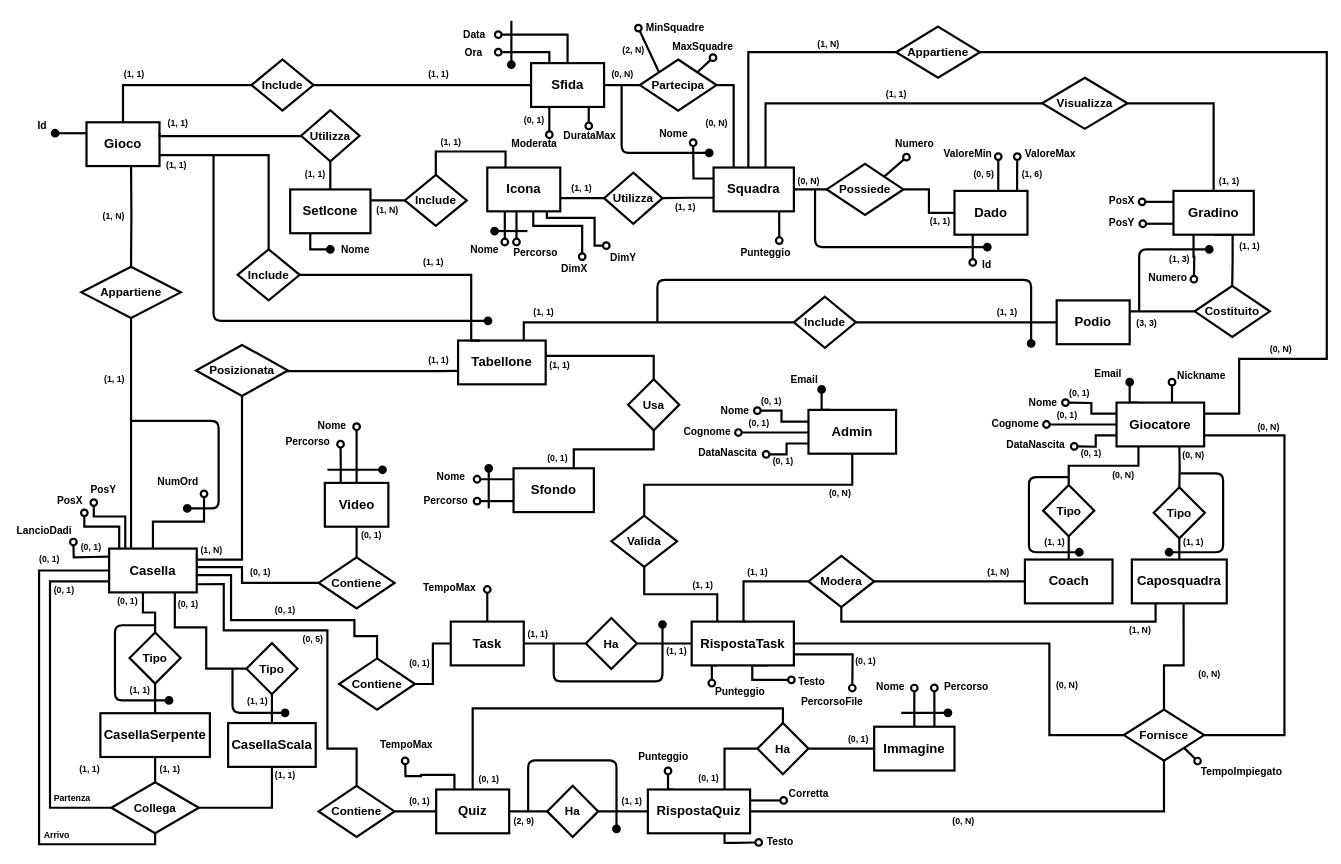
Before: Progetto logico/Schema ER ristrutturato.drawio in lorenzobilli/BD-project, a draw.io diagram. Source tidied: cells renumbered, new cells numbered last; positions are measured from the earlier drawing's top-left corner, leaving out a move shared by most shapes. Both pictures are drawn from the tidied source at 73%, with x=0, y=0 at pixel (12, 20).
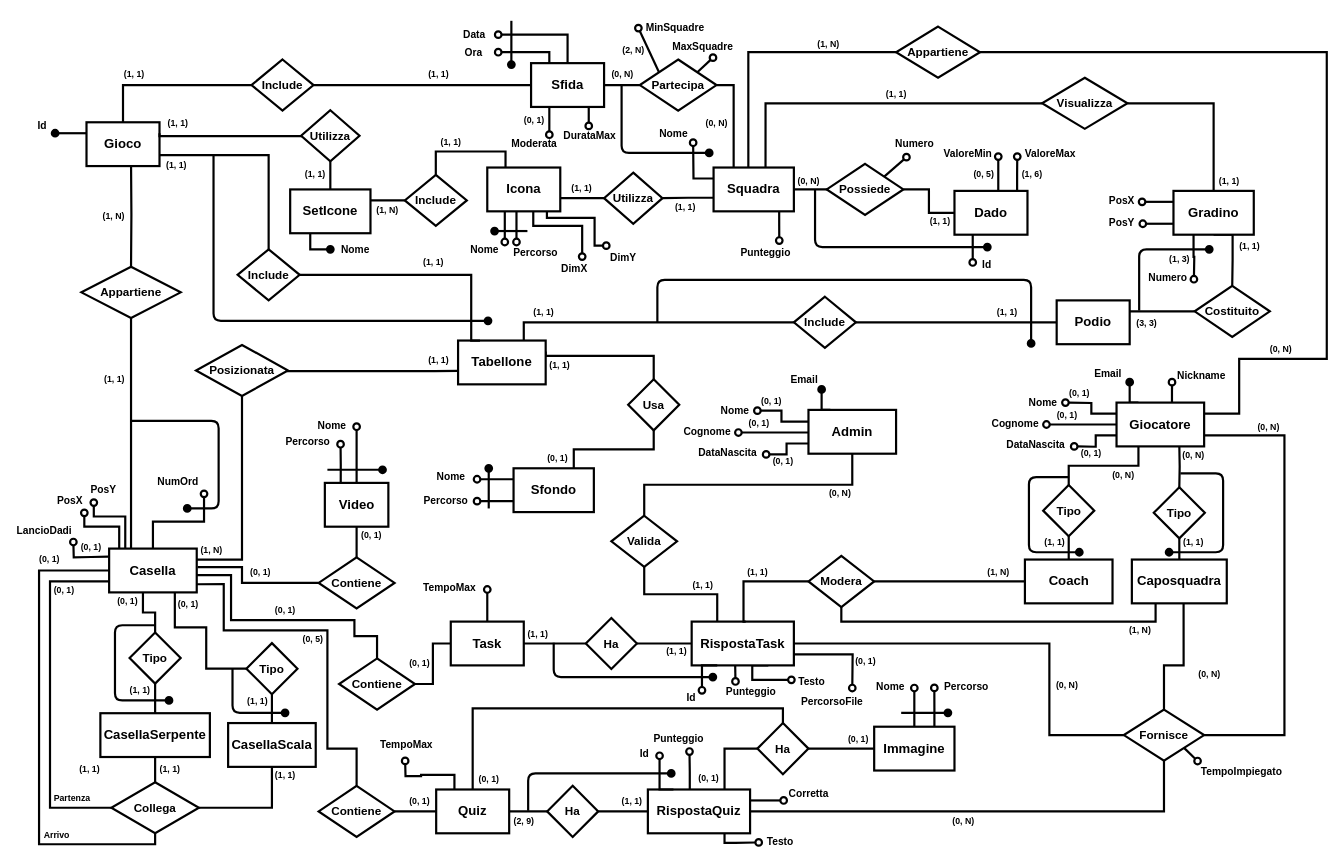
The same diagram, later.

Commit message (it also covers changes not shown here):
Added missing primary keys for "Quiz" and "Task" entities

Unchanged cells that the change refers to:
```xml
<mxCell id="53" value="RispostaQuiz" style="rounded=0;whiteSpace=wrap;html=1;strokeWidth=3;fontSize=18;shadow=0;fontStyle=1;" parent="1" vertex="1">
  <mxGeometry x="870" y="1054" width="140" height="60" as="geometry" />
</mxCell>
<mxCell id="105" value="RispostaTask" style="rounded=0;whiteSpace=wrap;html=1;strokeWidth=3;fontSize=18;shadow=0;fontStyle=1;" parent="1" vertex="1">
  <mxGeometry x="930" y="824" width="140" height="60" as="geometry" />
</mxCell>
```

Change to the diagram source:
```diff
@@
-    <mxCell id="50" style="edgeStyle=orthogonalEdgeStyle;rounded=0;jettySize=auto;html=1;exitX=0.25;exitY=0;exitDx=0;exitDy=0;fontSize=14;startArrow=none;startFill=0;endArrow=oval;endFill=0;startSize=9;endSize=9;strokeWidth=3;" parent="1" edge="1" source="53">
-      <mxGeometry relative="1" as="geometry">
-        <mxPoint x="897.6" y="1028.6" as="targetPoint" />
-      </mxGeometry>
-    </mxCell>
@@
-    <mxCell id="102" style="edgeStyle=orthogonalEdgeStyle;rounded=0;jettySize=auto;html=1;exitX=0.25;exitY=1;exitDx=0;exitDy=0;fontSize=14;startArrow=none;startFill=0;endArrow=oval;endFill=0;startSize=9;endSize=9;strokeWidth=3;" parent="1" edge="1" source="105">
-      <mxGeometry relative="1" as="geometry">
-        <mxPoint x="957.6" y="908.2" as="targetPoint" />
-      </mxGeometry>
-    </mxCell>
@@
-    <mxCell id="176" style="endArrow=oval;html=1;fontSize=14;startSize=9;endSize=9;strokeWidth=3;edgeStyle=orthogonalEdgeStyle;endFill=1;" parent="1" edge="1">
-      <mxGeometry relative="1" as="geometry">
-        <mxPoint x="741" y="853" as="sourcePoint" />
-        <mxPoint x="890" y="828" as="targetPoint" />
-        <Array as="points">
-          <mxPoint x="741" y="906" />
-          <mxPoint x="890" y="906" />
-        </Array>
-      </mxGeometry>
-    </mxCell>
-    <mxCell id="177" style="endArrow=oval;html=1;fontSize=14;startSize=9;endSize=9;strokeWidth=3;edgeStyle=orthogonalEdgeStyle;endFill=1;" parent="1" edge="1">
-      <mxGeometry relative="1" as="geometry">
-        <mxPoint x="706" y="1083" as="sourcePoint" />
-        <mxPoint x="827" y="1108" as="targetPoint" />
-        <Array as="points">
-          <mxPoint x="706" y="1014" />
-          <mxPoint x="827" y="1014" />
-          <mxPoint x="827" y="1108" />
-        </Array>
-      </mxGeometry>
-    </mxCell>
-    <mxCell id="178" value="&lt;b&gt;Punteggio&lt;/b&gt;" style="text;html=1;align=center;verticalAlign=middle;strokeColor=none;fillColor=none;fontSize=14;" parent="1" vertex="1">
-      <mxGeometry x="956" y="909" width="79" height="21" as="geometry" />
-    </mxCell>
-    <mxCell id="179" value="&lt;b&gt;Punteggio&lt;/b&gt;" style="text;html=1;align=center;verticalAlign=middle;strokeColor=none;fillColor=none;fontSize=14;" parent="1" vertex="1">
-      <mxGeometry x="851" y="998" width="79" height="21" as="geometry" />
-    </mxCell>
@@
+    <mxCell id="308" style="edgeStyle=orthogonalEdgeStyle;rounded=0;orthogonalLoop=1;jettySize=auto;html=1;exitX=0.426;exitY=1.008;exitDx=0;exitDy=0;fontSize=14;startArrow=none;startFill=0;endArrow=oval;endFill=0;startSize=9;endSize=9;strokeWidth=3;exitPerimeter=0;" parent="1" edge="1">
+      <mxGeometry relative="1" as="geometry">
+        <mxPoint x="989.6" y="884.5" as="sourcePoint" />
+        <mxPoint x="990" y="906" as="targetPoint" />
+      </mxGeometry>
+    </mxCell>
+    <mxCell id="309" style="edgeStyle=orthogonalEdgeStyle;rounded=0;orthogonalLoop=1;jettySize=auto;html=1;exitX=0.25;exitY=1;exitDx=0;exitDy=0;endArrow=oval;endFill=0;endSize=9;strokeWidth=3;" parent="1" edge="1">
+      <mxGeometry relative="1" as="geometry">
+        <mxPoint x="965" y="884" as="sourcePoint" />
+        <mxPoint x="944.1" y="918.1" as="targetPoint" />
+      </mxGeometry>
+    </mxCell>
+    <mxCell id="310" style="endArrow=oval;html=1;fontSize=14;startSize=9;endSize=9;strokeWidth=3;edgeStyle=orthogonalEdgeStyle;endFill=1;" parent="1" edge="1">
+      <mxGeometry relative="1" as="geometry">
+        <mxPoint x="741" y="853" as="sourcePoint" />
+        <mxPoint x="959" y="900" as="targetPoint" />
+        <Array as="points">
+          <mxPoint x="741" y="900" />
+          <mxPoint x="890" y="900" />
+        </Array>
+      </mxGeometry>
+    </mxCell>
+    <mxCell id="311" value="&lt;b&gt;Punteggio&lt;/b&gt;" style="text;html=1;align=center;verticalAlign=middle;strokeColor=none;fillColor=none;fontSize=14;" parent="1" vertex="1">
+      <mxGeometry x="971.5" y="909" width="79" height="21" as="geometry" />
+    </mxCell>
+    <mxCell id="312" value="&lt;b&gt;Id&lt;/b&gt;" style="text;html=1;align=center;verticalAlign=middle;strokeColor=none;fillColor=none;fontSize=14;" parent="1" vertex="1">
+      <mxGeometry x="917" y="917" width="23" height="21" as="geometry" />
+    </mxCell>
+    <mxCell id="313" style="edgeStyle=orthogonalEdgeStyle;rounded=0;orthogonalLoop=1;jettySize=auto;html=1;exitX=0.41;exitY=-0.01;exitDx=0;exitDy=0;fontSize=14;startArrow=none;startFill=0;endArrow=oval;endFill=0;startSize=9;endSize=9;strokeWidth=3;exitPerimeter=0;" parent="1" edge="1">
+      <mxGeometry relative="1" as="geometry">
+        <mxPoint x="927.4" y="1053.4" as="sourcePoint" />
+        <mxPoint x="927" y="1002" as="targetPoint" />
+        <Array as="points">
+          <mxPoint x="927" y="1029" />
+        </Array>
+      </mxGeometry>
+    </mxCell>
+    <mxCell id="314" style="edgeStyle=orthogonalEdgeStyle;rounded=0;orthogonalLoop=1;jettySize=auto;html=1;exitX=0.25;exitY=0;exitDx=0;exitDy=0;endArrow=oval;endFill=0;endSize=9;strokeWidth=3;" parent="1" edge="1">
+      <mxGeometry relative="1" as="geometry">
+        <mxPoint x="905" y="1054" as="sourcePoint" />
+        <mxPoint x="886" y="1007.8" as="targetPoint" />
+        <Array as="points">
+          <mxPoint x="886" y="1054" />
+        </Array>
+      </mxGeometry>
+    </mxCell>
+    <mxCell id="315" style="endArrow=oval;html=1;fontSize=14;startSize=9;endSize=9;strokeWidth=3;edgeStyle=orthogonalEdgeStyle;endFill=1;" parent="1" edge="1">
+      <mxGeometry relative="1" as="geometry">
+        <mxPoint x="706" y="1083" as="sourcePoint" />
+        <mxPoint x="902" y="1032" as="targetPoint" />
+        <Array as="points">
+          <mxPoint x="706" y="1032" />
+          <mxPoint x="827" y="1032" />
+        </Array>
+      </mxGeometry>
+    </mxCell>
+    <mxCell id="316" value="&lt;b&gt;Punteggio&lt;/b&gt;" style="text;html=1;align=center;verticalAlign=middle;strokeColor=none;fillColor=none;fontSize=14;" parent="1" vertex="1">
+      <mxGeometry x="872" y="973.5" width="79" height="21" as="geometry" />
+    </mxCell>
+    <mxCell id="317" value="&lt;b&gt;Id&lt;/b&gt;" style="text;html=1;align=center;verticalAlign=middle;strokeColor=none;fillColor=none;fontSize=14;" parent="1" vertex="1">
+      <mxGeometry x="853.5" y="994.5" width="23" height="21" as="geometry" />
+    </mxCell>
```
